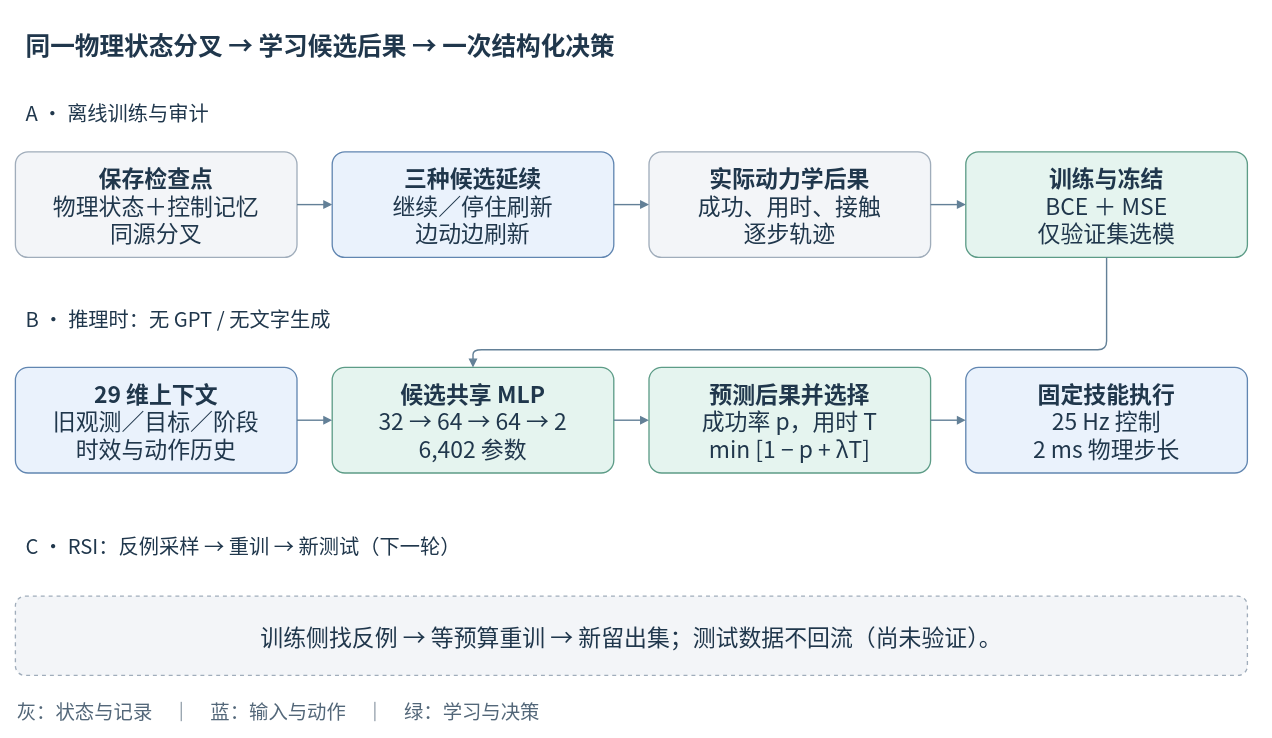
Before: docs/manuscript/phase_pipeline.drawio in Srt-tian/RoboRSI_v1, a draw.io diagram. Source tidied: cells renumbered, new cells numbered last; positions are measured from the earlier drawing's top-left corner, leaving out a move shared by most shapes. Both pictures are drawn from the tidied source at 88%, with x=0, y=0 at pixel (15, 15).
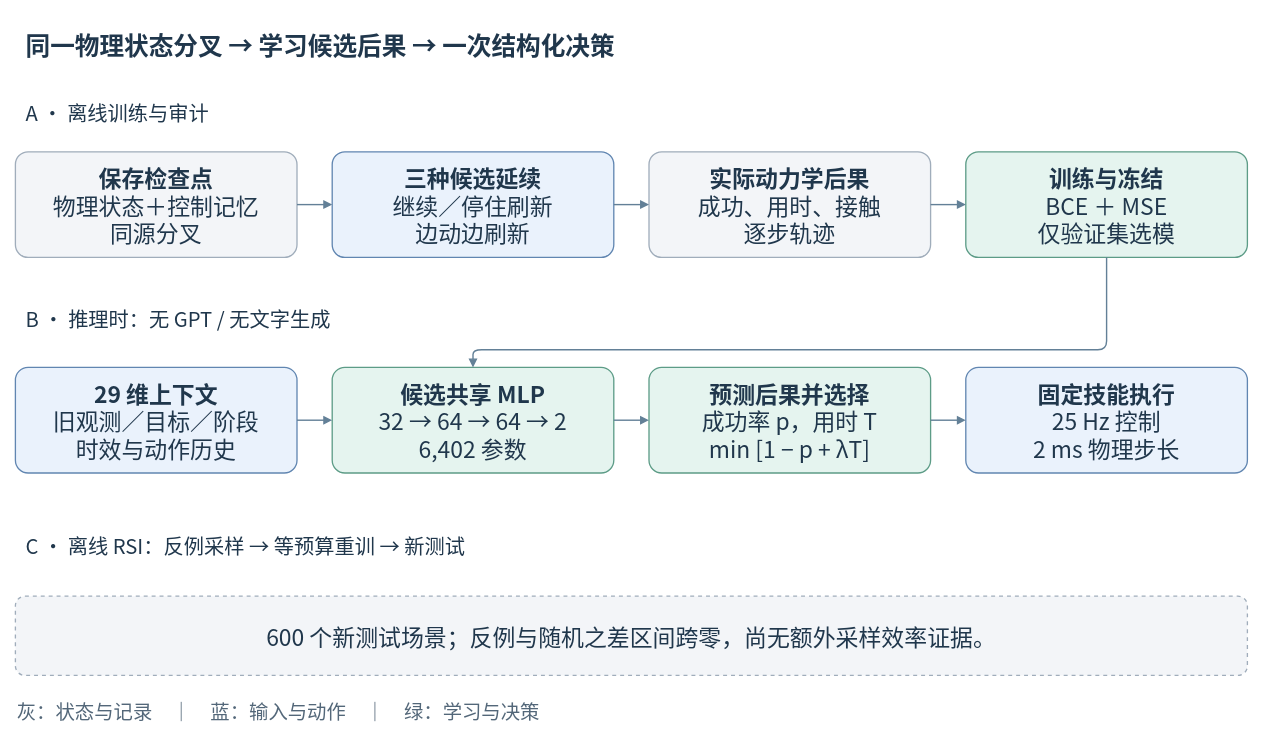
The same diagram, later.

The edit, as a diff of the source:
```diff
@@
-    <mxCell id="20" value="C · RSI：反例采样 → 重训 → 新测试（下一轮）" style="rounded=1;whiteSpace=wrap;html=1;fillColor=#EAF2FC;strokeColor=#6186B1;strokeWidth=1.5;fontFamily=Noto Sans CJK SC;fontSize=17;fontColor=#20374C;spacing=12;arcSize=12;fillColor=none;strokeColor=none;align=left;fontSize=23;" parent="1" vertex="1">
+    <mxCell id="20" value="C · 离线 RSI：反例采样 → 等预算重训 → 新测试" style="rounded=1;whiteSpace=wrap;html=1;fillColor=#EAF2FC;strokeColor=#6186B1;strokeWidth=1.5;fontFamily=Noto Sans CJK SC;fontSize=17;fontColor=#20374C;spacing=12;arcSize=12;fillColor=none;strokeColor=none;align=left;fontSize=23;" parent="1" vertex="1">
       <mxGeometry y="575" width="1400" height="55" as="geometry" />
     </mxCell>
-    <mxCell id="21" value="训练侧找反例 → 等预算重训 → 新留出集；测试数据不回流（尚未验证）。" style="rounded=1;whiteSpace=wrap;html=1;fillColor=#F3F5F8;strokeColor=#A0ADBB;strokeWidth=1.5;fontFamily=Noto Sans CJK SC;fontSize=26;fontColor=#20374C;spacing=12;arcSize=12;dashed=1;" parent="1" vertex="1">
+    <mxCell id="21" value="600 个新测试场景；反例与随机之差区间跨零，尚无额外采样效率证据。" style="rounded=1;whiteSpace=wrap;html=1;fillColor=#F3F5F8;strokeColor=#A0ADBB;strokeWidth=1.5;fontFamily=Noto Sans CJK SC;fontSize=26;fontColor=#20374C;spacing=12;arcSize=12;dashed=1;" parent="1" vertex="1">
       <mxGeometry y="660" width="1400" height="90" as="geometry" />
     </mxCell>
```
